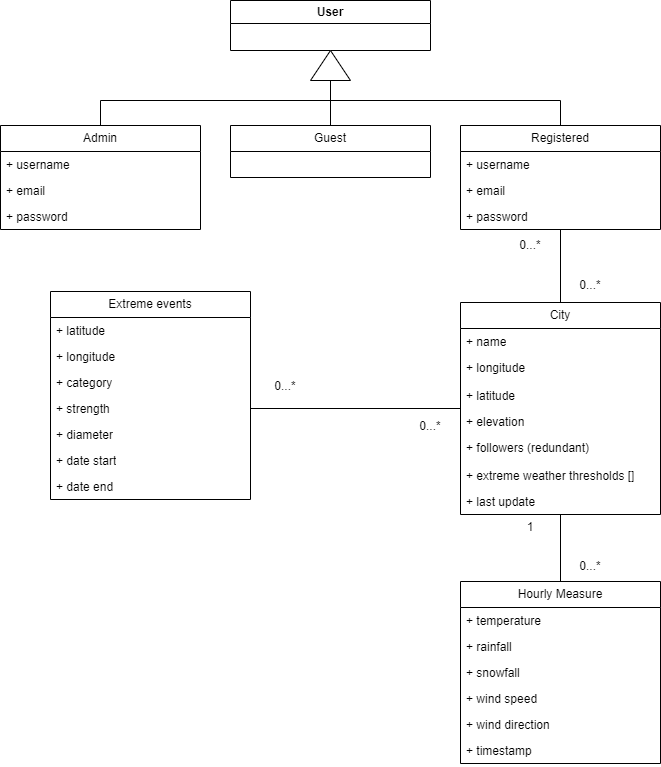
Before: uml.drawio.png, a diagram exported from draw.io (AlessioSmn/Italy-Weather-Prediction-App). Source tidied: cells renumbered, new cells last; positions are measured from the earlier drawing's top-left corner, leaving out a move shared by most shapes. Its diagram source:
```xml
<mxGraphModel>
  <root>
    <mxCell id="0" />
    <mxCell id="1" parent="0" />
    <mxCell id="2" value="User" style="swimlane;whiteSpace=wrap;html=1;startSize=23;" parent="1" vertex="1">
      <mxGeometry x="230" width="200" height="50" as="geometry" />
    </mxCell>
    <mxCell id="3" style="edgeStyle=orthogonalEdgeStyle;rounded=0;jettySize=auto;html=1;entryX=0.5;entryY=1;entryDx=0;entryDy=0;" parent="1" edge="1" source="46" target="2">
      <mxGeometry relative="1" as="geometry" />
    </mxCell>
    <mxCell id="4" style="edgeStyle=orthogonalEdgeStyle;rounded=0;jettySize=auto;html=1;entryX=0.5;entryY=1;entryDx=0;entryDy=0;" parent="1" edge="1" source="38" target="2">
      <mxGeometry relative="1" as="geometry">
        <Array as="points">
          <mxPoint x="100" y="100" />
          <mxPoint x="330" y="100" />
        </Array>
      </mxGeometry>
    </mxCell>
    <mxCell id="5" style="edgeStyle=orthogonalEdgeStyle;rounded=0;jettySize=auto;html=1;entryX=1;entryY=0.5;entryDx=0;entryDy=0;" parent="1" edge="1" source="42" target="6">
      <mxGeometry relative="1" as="geometry">
        <Array as="points">
          <mxPoint x="560" y="100" />
          <mxPoint x="330" y="100" />
        </Array>
      </mxGeometry>
    </mxCell>
    <mxCell id="6" style="triangle;whiteSpace=wrap;html=1;direction=north;" parent="1" vertex="1">
      <mxGeometry x="310" y="50" width="40" height="30" as="geometry" />
    </mxCell>
    <mxCell id="7" style="endArrow=none;html=1;rounded=0;" parent="1" edge="1" source="20" target="42">
      <mxGeometry relative="1" as="geometry" />
    </mxCell>
    <mxCell id="8" style="endArrow=none;html=1;rounded=0;" parent="1" edge="1" source="29" target="20">
      <mxGeometry relative="1" as="geometry" />
    </mxCell>
    <mxCell id="9" value="Extreme events" style="swimlane;fontStyle=0;horizontal=1;startSize=26;fillColor=none;whiteSpace=wrap;html=1;" parent="1" vertex="1">
      <mxGeometry x="50" y="291" width="200" height="208" as="geometry" />
    </mxCell>
    <mxCell id="10" value="+ latitude" style="text;strokeColor=none;fillColor=none;align=left;verticalAlign=top;spacingLeft=4;spacingRight=4;overflow=hidden;whiteSpace=wrap;html=1;" parent="9" vertex="1">
      <mxGeometry y="26" width="200" height="26" as="geometry" />
    </mxCell>
    <mxCell id="11" value="+ longitude" style="text;strokeColor=none;fillColor=none;align=left;verticalAlign=top;spacingLeft=4;spacingRight=4;overflow=hidden;whiteSpace=wrap;html=1;" parent="9" vertex="1">
      <mxGeometry y="52" width="200" height="26" as="geometry" />
    </mxCell>
    <mxCell id="12" value="+ category" style="text;strokeColor=none;fillColor=none;align=left;verticalAlign=top;spacingLeft=4;spacingRight=4;overflow=hidden;whiteSpace=wrap;html=1;" parent="9" vertex="1">
      <mxGeometry y="78" width="200" height="26" as="geometry" />
    </mxCell>
    <mxCell id="13" value="+ strength" style="text;strokeColor=none;fillColor=none;align=left;verticalAlign=top;spacingLeft=4;spacingRight=4;overflow=hidden;points=[[0,0.5],[1,0.5]];portConstraint=eastwest;whiteSpace=wrap;html=1;" parent="9" vertex="1">
      <mxGeometry y="104" width="200" height="26" as="geometry" />
    </mxCell>
    <mxCell id="14" value="+ diameter" style="text;strokeColor=none;fillColor=none;align=left;verticalAlign=top;spacingLeft=4;spacingRight=4;overflow=hidden;whiteSpace=wrap;html=1;" parent="9" vertex="1">
      <mxGeometry y="130" width="200" height="26" as="geometry" />
    </mxCell>
    <mxCell id="15" value="+ date start" style="text;strokeColor=none;fillColor=none;align=left;verticalAlign=top;spacingLeft=4;spacingRight=4;overflow=hidden;whiteSpace=wrap;html=1;" parent="9" vertex="1">
      <mxGeometry y="156" width="200" height="26" as="geometry" />
    </mxCell>
    <mxCell id="16" value="+ date end" style="text;strokeColor=none;fillColor=none;align=left;verticalAlign=top;spacingLeft=4;spacingRight=4;overflow=hidden;whiteSpace=wrap;html=1;" parent="9" vertex="1">
      <mxGeometry y="182" width="200" height="26" as="geometry" />
    </mxCell>
    <mxCell id="17" style="edgeStyle=orthogonalEdgeStyle;rounded=0;jettySize=auto;html=1;endArrow=none;endFill=0;" parent="1" edge="1" source="13" target="20">
      <mxGeometry relative="1" as="geometry" />
    </mxCell>
    <mxCell id="18" value="0...*" style="text;html=1;align=center;verticalAlign=middle;whiteSpace=wrap;rounded=0;" parent="1" vertex="1">
      <mxGeometry x="255" y="371" width="60" height="30" as="geometry" />
    </mxCell>
    <mxCell id="19" value="0...*" style="text;html=1;align=center;verticalAlign=middle;whiteSpace=wrap;rounded=0;" parent="1" vertex="1">
      <mxGeometry x="400" y="411" width="60" height="30" as="geometry" />
    </mxCell>
    <mxCell id="20" value="City" style="swimlane;fontStyle=0;horizontal=1;startSize=26;fillColor=none;whiteSpace=wrap;html=1;" parent="1" vertex="1">
      <mxGeometry x="460" y="302" width="200" height="212" as="geometry" />
    </mxCell>
    <mxCell id="21" value="+ name" style="text;strokeColor=none;fillColor=none;align=left;verticalAlign=top;spacingLeft=4;spacingRight=4;overflow=hidden;whiteSpace=wrap;html=1;" parent="20" vertex="1">
      <mxGeometry y="26" width="200" height="26" as="geometry" />
    </mxCell>
    <mxCell id="22" value="+ longitude" style="text;strokeColor=none;fillColor=none;align=left;verticalAlign=top;spacingLeft=4;spacingRight=4;overflow=hidden;whiteSpace=wrap;html=1;" parent="20" vertex="1">
      <mxGeometry y="52" width="200" height="28" as="geometry" />
    </mxCell>
    <mxCell id="23" value="+ latitude" style="text;strokeColor=none;fillColor=none;align=left;verticalAlign=top;spacingLeft=4;spacingRight=4;overflow=hidden;whiteSpace=wrap;html=1;" parent="20" vertex="1">
      <mxGeometry y="80" width="200" height="26" as="geometry" />
    </mxCell>
    <mxCell id="24" value="+ elevation" style="text;strokeColor=none;fillColor=none;align=left;verticalAlign=top;spacingLeft=4;spacingRight=4;overflow=hidden;whiteSpace=wrap;html=1;" parent="20" vertex="1">
      <mxGeometry y="106" width="200" height="26" as="geometry" />
    </mxCell>
    <mxCell id="25" value="+ followers (redundant)" style="text;strokeColor=none;fillColor=none;align=left;verticalAlign=top;spacingLeft=4;spacingRight=4;overflow=hidden;whiteSpace=wrap;html=1;" parent="20" vertex="1">
      <mxGeometry y="132" width="200" height="28" as="geometry" />
    </mxCell>
    <mxCell id="26" value="+ extreme weather thresholds []" style="text;strokeColor=none;fillColor=none;align=left;verticalAlign=top;spacingLeft=4;spacingRight=4;overflow=hidden;whiteSpace=wrap;html=1;" parent="20" vertex="1">
      <mxGeometry y="160" width="200" height="26" as="geometry" />
    </mxCell>
    <mxCell id="27" value="+ last update" style="text;strokeColor=none;fillColor=none;align=left;verticalAlign=top;spacingLeft=4;spacingRight=4;overflow=hidden;whiteSpace=wrap;html=1;" parent="20" vertex="1">
      <mxGeometry y="186" width="200" height="26" as="geometry" />
    </mxCell>
    <mxCell id="28" value="0...*" style="text;html=1;align=center;verticalAlign=middle;whiteSpace=wrap;rounded=0;" parent="1" vertex="1">
      <mxGeometry x="560" y="270" width="60" height="30" as="geometry" />
    </mxCell>
    <mxCell id="29" value="Hourly Measure" style="swimlane;fontStyle=0;horizontal=1;startSize=26;fillColor=none;whiteSpace=wrap;html=1;" parent="1" vertex="1">
      <mxGeometry x="460" y="581" width="200" height="182" as="geometry" />
    </mxCell>
    <mxCell id="30" value="+ temperature" style="text;strokeColor=none;fillColor=none;align=left;verticalAlign=top;spacingLeft=4;spacingRight=4;overflow=hidden;whiteSpace=wrap;html=1;" parent="29" vertex="1">
      <mxGeometry y="26" width="200" height="26" as="geometry" />
    </mxCell>
    <mxCell id="31" value="+ rainfall" style="text;strokeColor=none;fillColor=none;align=left;verticalAlign=top;spacingLeft=4;spacingRight=4;overflow=hidden;whiteSpace=wrap;html=1;" parent="29" vertex="1">
      <mxGeometry y="52" width="200" height="26" as="geometry" />
    </mxCell>
    <mxCell id="32" value="+ snowfall" style="text;strokeColor=none;fillColor=none;align=left;verticalAlign=top;spacingLeft=4;spacingRight=4;overflow=hidden;whiteSpace=wrap;html=1;" parent="29" vertex="1">
      <mxGeometry y="78" width="200" height="26" as="geometry" />
    </mxCell>
    <mxCell id="33" value="+ wind speed" style="text;strokeColor=none;fillColor=none;align=left;verticalAlign=top;spacingLeft=4;spacingRight=4;overflow=hidden;whiteSpace=wrap;html=1;" parent="29" vertex="1">
      <mxGeometry y="104" width="200" height="26" as="geometry" />
    </mxCell>
    <mxCell id="34" value="+ wind direction" style="text;strokeColor=none;fillColor=none;align=left;verticalAlign=top;spacingLeft=4;spacingRight=4;overflow=hidden;whiteSpace=wrap;html=1;" parent="29" vertex="1">
      <mxGeometry y="130" width="200" height="26" as="geometry" />
    </mxCell>
    <mxCell id="35" value="+ timestamp" style="text;strokeColor=none;fillColor=none;align=left;verticalAlign=top;spacingLeft=4;spacingRight=4;overflow=hidden;whiteSpace=wrap;html=1;" parent="29" vertex="1">
      <mxGeometry y="156" width="200" height="26" as="geometry" />
    </mxCell>
    <mxCell id="36" value="1" style="text;html=1;align=center;verticalAlign=middle;whiteSpace=wrap;rounded=0;" parent="1" vertex="1">
      <mxGeometry x="500" y="512" width="60" height="30" as="geometry" />
    </mxCell>
    <mxCell id="37" value="0...*" style="text;html=1;align=center;verticalAlign=middle;whiteSpace=wrap;rounded=0;" parent="1" vertex="1">
      <mxGeometry x="560" y="551" width="60" height="30" as="geometry" />
    </mxCell>
    <mxCell id="38" value="Admin" style="swimlane;fontStyle=0;horizontal=1;startSize=26;fillColor=none;whiteSpace=wrap;html=1;" parent="1" vertex="1">
      <mxGeometry y="125" width="200" height="104" as="geometry" />
    </mxCell>
    <mxCell id="39" value="+ username" style="text;strokeColor=none;fillColor=none;align=left;verticalAlign=top;spacingLeft=4;spacingRight=4;overflow=hidden;whiteSpace=wrap;html=1;" parent="38" vertex="1">
      <mxGeometry y="26" width="200" height="26" as="geometry" />
    </mxCell>
    <mxCell id="40" value="+ email" style="text;strokeColor=none;fillColor=none;align=left;verticalAlign=top;spacingLeft=4;spacingRight=4;overflow=hidden;whiteSpace=wrap;html=1;" parent="38" vertex="1">
      <mxGeometry y="52" width="200" height="26" as="geometry" />
    </mxCell>
    <mxCell id="41" value="+ password" style="text;strokeColor=none;fillColor=none;align=left;verticalAlign=top;spacingLeft=4;spacingRight=4;overflow=hidden;whiteSpace=wrap;html=1;" parent="38" vertex="1">
      <mxGeometry y="78" width="200" height="26" as="geometry" />
    </mxCell>
    <mxCell id="42" value="Registered" style="swimlane;fontStyle=0;horizontal=1;startSize=26;fillColor=none;whiteSpace=wrap;html=1;" parent="1" vertex="1">
      <mxGeometry x="460" y="125" width="200" height="104" as="geometry" />
    </mxCell>
    <mxCell id="43" value="+ username" style="text;strokeColor=none;fillColor=none;align=left;verticalAlign=top;spacingLeft=4;spacingRight=4;overflow=hidden;whiteSpace=wrap;html=1;" parent="42" vertex="1">
      <mxGeometry y="26" width="200" height="26" as="geometry" />
    </mxCell>
    <mxCell id="44" value="+ email" style="text;strokeColor=none;fillColor=none;align=left;verticalAlign=top;spacingLeft=4;spacingRight=4;overflow=hidden;whiteSpace=wrap;html=1;" parent="42" vertex="1">
      <mxGeometry y="52" width="200" height="26" as="geometry" />
    </mxCell>
    <mxCell id="45" value="+ password" style="text;strokeColor=none;fillColor=none;align=left;verticalAlign=top;spacingLeft=4;spacingRight=4;overflow=hidden;whiteSpace=wrap;html=1;" parent="42" vertex="1">
      <mxGeometry y="78" width="200" height="26" as="geometry" />
    </mxCell>
    <mxCell id="46" value="Guest" style="swimlane;fontStyle=0;horizontal=1;startSize=26;fillColor=none;whiteSpace=wrap;html=1;" parent="1" vertex="1">
      <mxGeometry x="230" y="125" width="200" height="52" as="geometry" />
    </mxCell>
    <mxCell id="47" value="0...*" style="text;html=1;align=center;verticalAlign=middle;whiteSpace=wrap;rounded=0;" parent="1" vertex="1">
      <mxGeometry x="500" y="230" width="60" height="30" as="geometry" />
    </mxCell>
  </root>
</mxGraphModel>
```
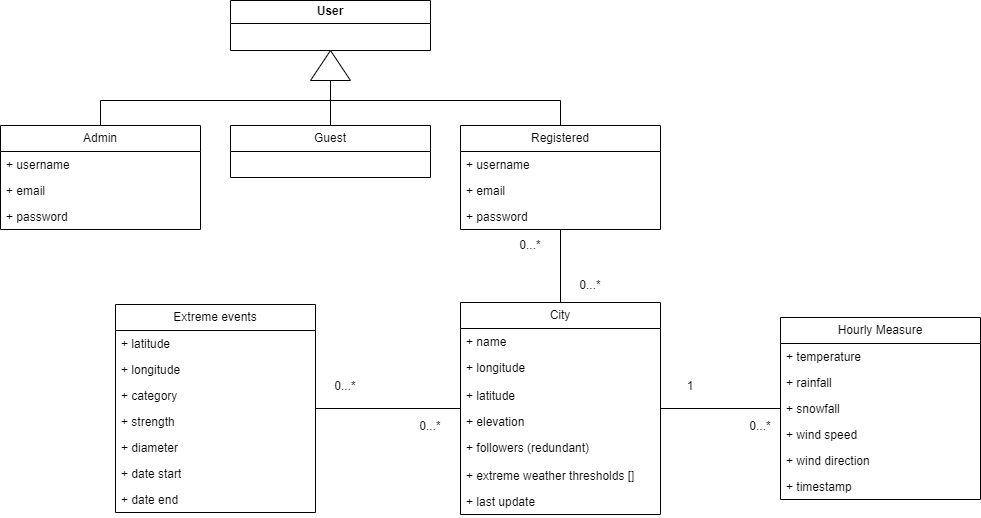
Later version of the same file.

What changed in the source:
```diff
@@ -34,7 +34,7 @@
       <mxGeometry relative="1" as="geometry" />
     </mxCell>
     <mxCell id="9" value="Extreme events" style="swimlane;fontStyle=0;horizontal=1;startSize=26;fillColor=none;whiteSpace=wrap;html=1;" parent="1" vertex="1">
-      <mxGeometry x="50" y="291" width="200" height="208" as="geometry" />
+      <mxGeometry x="115" y="304" width="200" height="208" as="geometry" />
     </mxCell>
     <mxCell id="10" value="+ latitude" style="text;strokeColor=none;fillColor=none;align=left;verticalAlign=top;spacingLeft=4;spacingRight=4;overflow=hidden;whiteSpace=wrap;html=1;" parent="9" vertex="1">
       <mxGeometry y="26" width="200" height="26" as="geometry" />
@@ -57,11 +57,11 @@
     <mxCell id="16" value="+ date end" style="text;strokeColor=none;fillColor=none;align=left;verticalAlign=top;spacingLeft=4;spacingRight=4;overflow=hidden;whiteSpace=wrap;html=1;" parent="9" vertex="1">
       <mxGeometry y="182" width="200" height="26" as="geometry" />
     </mxCell>
-    <mxCell id="17" style="edgeStyle=orthogonalEdgeStyle;rounded=0;jettySize=auto;html=1;endArrow=none;endFill=0;" parent="1" edge="1" source="13" target="20">
+    <mxCell id="17" style="edgeStyle=orthogonalEdgeStyle;rounded=0;jettySize=auto;html=1;endArrow=none;endFill=0;" parent="1" edge="1" source="9" target="20">
       <mxGeometry relative="1" as="geometry" />
     </mxCell>
     <mxCell id="18" value="0...*" style="text;html=1;align=center;verticalAlign=middle;whiteSpace=wrap;rounded=0;" parent="1" vertex="1">
-      <mxGeometry x="255" y="371" width="60" height="30" as="geometry" />
+      <mxGeometry x="315" y="371" width="60" height="30" as="geometry" />
     </mxCell>
     <mxCell id="19" value="0...*" style="text;html=1;align=center;verticalAlign=middle;whiteSpace=wrap;rounded=0;" parent="1" vertex="1">
       <mxGeometry x="400" y="411" width="60" height="30" as="geometry" />
@@ -94,7 +94,7 @@
       <mxGeometry x="560" y="270" width="60" height="30" as="geometry" />
     </mxCell>
     <mxCell id="29" value="Hourly Measure" style="swimlane;fontStyle=0;horizontal=1;startSize=26;fillColor=none;whiteSpace=wrap;html=1;" parent="1" vertex="1">
-      <mxGeometry x="460" y="581" width="200" height="182" as="geometry" />
+      <mxGeometry x="780" y="317" width="200" height="182" as="geometry" />
     </mxCell>
     <mxCell id="30" value="+ temperature" style="text;strokeColor=none;fillColor=none;align=left;verticalAlign=top;spacingLeft=4;spacingRight=4;overflow=hidden;whiteSpace=wrap;html=1;" parent="29" vertex="1">
       <mxGeometry y="26" width="200" height="26" as="geometry" />
@@ -115,10 +115,10 @@
       <mxGeometry y="156" width="200" height="26" as="geometry" />
     </mxCell>
     <mxCell id="36" value="1" style="text;html=1;align=center;verticalAlign=middle;whiteSpace=wrap;rounded=0;" parent="1" vertex="1">
-      <mxGeometry x="500" y="512" width="60" height="30" as="geometry" />
+      <mxGeometry x="660" y="371" width="60" height="30" as="geometry" />
     </mxCell>
     <mxCell id="37" value="0...*" style="text;html=1;align=center;verticalAlign=middle;whiteSpace=wrap;rounded=0;" parent="1" vertex="1">
-      <mxGeometry x="560" y="551" width="60" height="30" as="geometry" />
+      <mxGeometry x="730" y="411" width="60" height="30" as="geometry" />
     </mxCell>
     <mxCell id="38" value="Admin" style="swimlane;fontStyle=0;horizontal=1;startSize=26;fillColor=none;whiteSpace=wrap;html=1;" parent="1" vertex="1">
       <mxGeometry y="125" width="200" height="104" as="geometry" />
```
